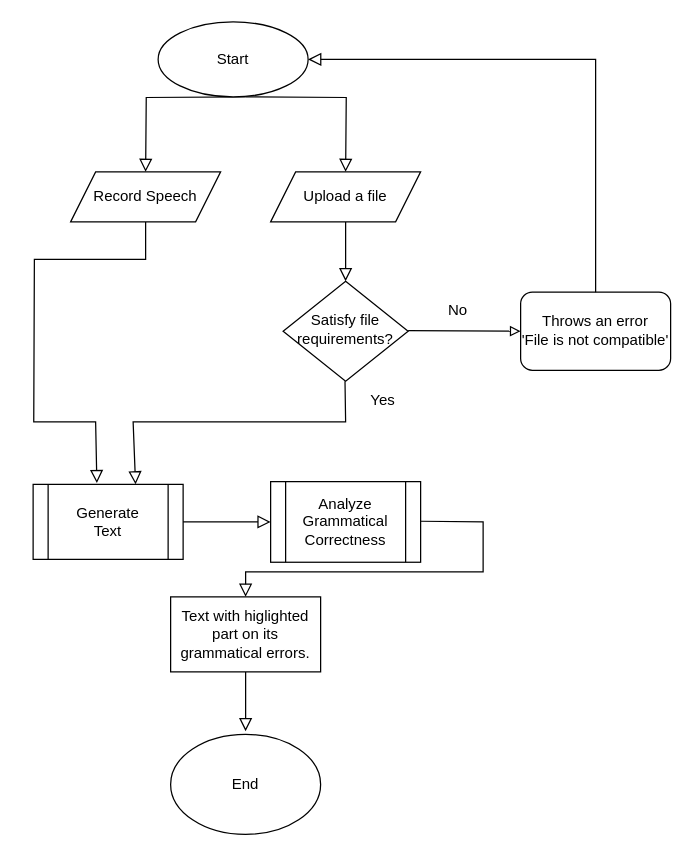
Earlier version of the draw.io diagram IPO.drawio (JVincentG/Diagrams). Source tidied: cells renumbered, new cells numbered last; positions are measured from the earlier drawing's top-left corner, leaving out a move shared by most shapes. Both pictures are drawn from the tidied source at 125%, with x=0, y=0 at pixel (32, 21).
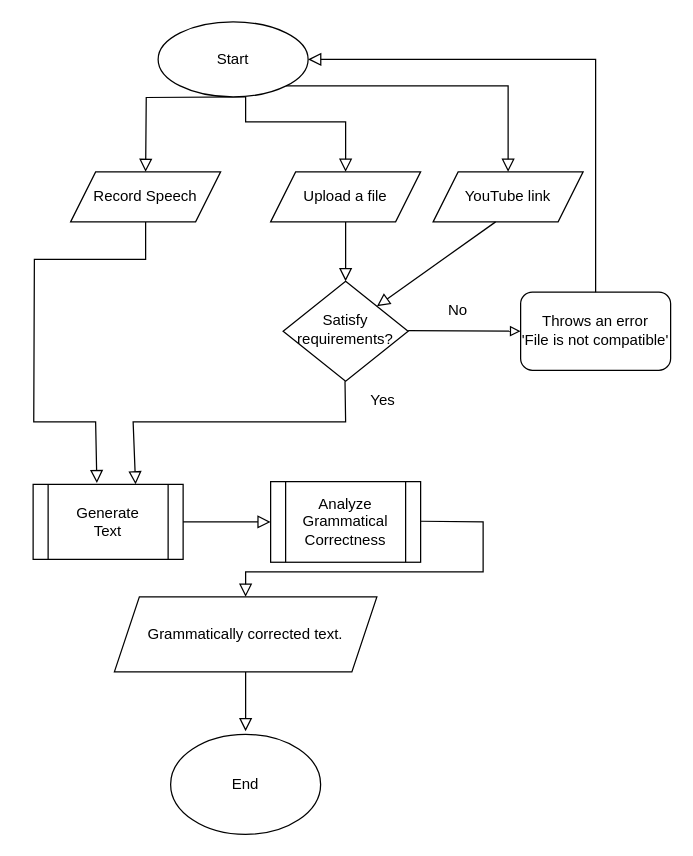
Above is the later version.

Unchanged cells that the change refers to:
```xml
<mxCell id="15" value="Start" style="ellipse;whiteSpace=wrap;html=1;" parent="1" vertex="1">
  <mxGeometry x="100" width="120" height="60" as="geometry" />
</mxCell>
```

The edit, as a diff of the source:
```diff
@@
     <mxCell id="3" style="rounded=0;html=1;jettySize=auto;orthogonalLoop=1;fontSize=11;endArrow=block;endFill=0;endSize=8;strokeWidth=1;shadow=0;labelBackgroundColor=none;edgeStyle=orthogonalEdgeStyle;exitX=0.5;exitY=1;exitDx=0;exitDy=0;entryX=0.5;entryY=0;entryDx=0;entryDy=0;" parent="1" edge="1">
       <mxGeometry relative="1" as="geometry">
         <mxPoint x="170" y="60" as="sourcePoint" />
         <mxPoint x="250" y="120" as="targetPoint" />
+        <Array as="points">
+          <mxPoint x="170" y="80" />
+          <mxPoint x="250" y="80" />
+        </Array>
       </mxGeometry>
     </mxCell>
-    <mxCell id="4" value="Satisfy file&lt;br&gt;requirements?" style="rhombus;whiteSpace=wrap;html=1;shadow=0;fontFamily=Helvetica;fontSize=12;align=center;strokeWidth=1;spacing=6;spacingTop=-4;" parent="1" vertex="1">
+    <mxCell id="4" value="Satisfy&lt;br&gt;requirements?" style="rhombus;whiteSpace=wrap;html=1;shadow=0;fontFamily=Helvetica;fontSize=12;align=center;strokeWidth=1;spacing=6;spacingTop=-4;" parent="1" vertex="1">
       <mxGeometry x="200" y="207.5" width="100" height="80" as="geometry" />
     </mxCell>
@@
-    <mxCell id="21" value="Text with higlighted part on its grammatical errors." style="rounded=0;whiteSpace=wrap;html=1;" parent="1" vertex="1">
-      <mxGeometry x="110" y="460" width="120" height="60" as="geometry" />
-    </mxCell>
-    <mxCell id="22" style="endArrow=block;html=1;rounded=0;endFill=0;entryX=0.5;entryY=0;entryDx=0;entryDy=0;exitX=1;exitY=0.5;exitDx=0;exitDy=0;endSize=8;" parent="1" edge="1" target="21">
+    <mxCell id="22" style="endArrow=block;html=1;rounded=0;endFill=0;entryX=0.5;entryY=0;entryDx=0;entryDy=0;exitX=1;exitY=0.5;exitDx=0;exitDy=0;endSize=8;" parent="1" edge="1">
       <mxGeometry relative="1" as="geometry">
         <mxPoint x="310" y="399.5" as="sourcePoint" />
+        <mxPoint x="170" y="460" as="targetPoint" />
         <Array as="points">
           <mxPoint x="360" y="400" />
           <mxPoint x="360" y="440" />
           <mxPoint x="170" y="440" />
         </Array>
       </mxGeometry>
     </mxCell>
+    <mxCell id="23" value="Grammatically corrected text." style="shape=parallelogram;perimeter=parallelogramPerimeter;whiteSpace=wrap;html=1;fixedSize=1;" parent="1" vertex="1">
+      <mxGeometry x="65" y="460" width="210" height="60" as="geometry" />
+    </mxCell>
+    <mxCell id="24" value="YouTube link" style="shape=parallelogram;perimeter=parallelogramPerimeter;whiteSpace=wrap;html=1;fixedSize=1;" parent="1" vertex="1">
+      <mxGeometry x="320" y="120" width="120" height="40" as="geometry" />
+    </mxCell>
+    <mxCell id="25" style="rounded=0;html=1;jettySize=auto;fontSize=11;endArrow=block;endFill=0;endSize=8;strokeWidth=1;shadow=0;labelBackgroundColor=none;edgeStyle=orthogonalEdgeStyle;entryX=0.5;entryY=0;entryDx=0;entryDy=0;exitX=1;exitY=1;exitDx=0;exitDy=0;" parent="1" edge="1" source="15" target="24">
+      <mxGeometry relative="1" as="geometry" />
+    </mxCell>
+    <mxCell id="26" style="endArrow=block;html=1;rounded=0;endFill=0;entryX=1;entryY=0;entryDx=0;entryDy=0;endSize=8;" parent="1" edge="1" target="4">
+      <mxGeometry relative="1" as="geometry">
+        <mxPoint x="370" y="160" as="sourcePoint" />
+      </mxGeometry>
+    </mxCell>
```
